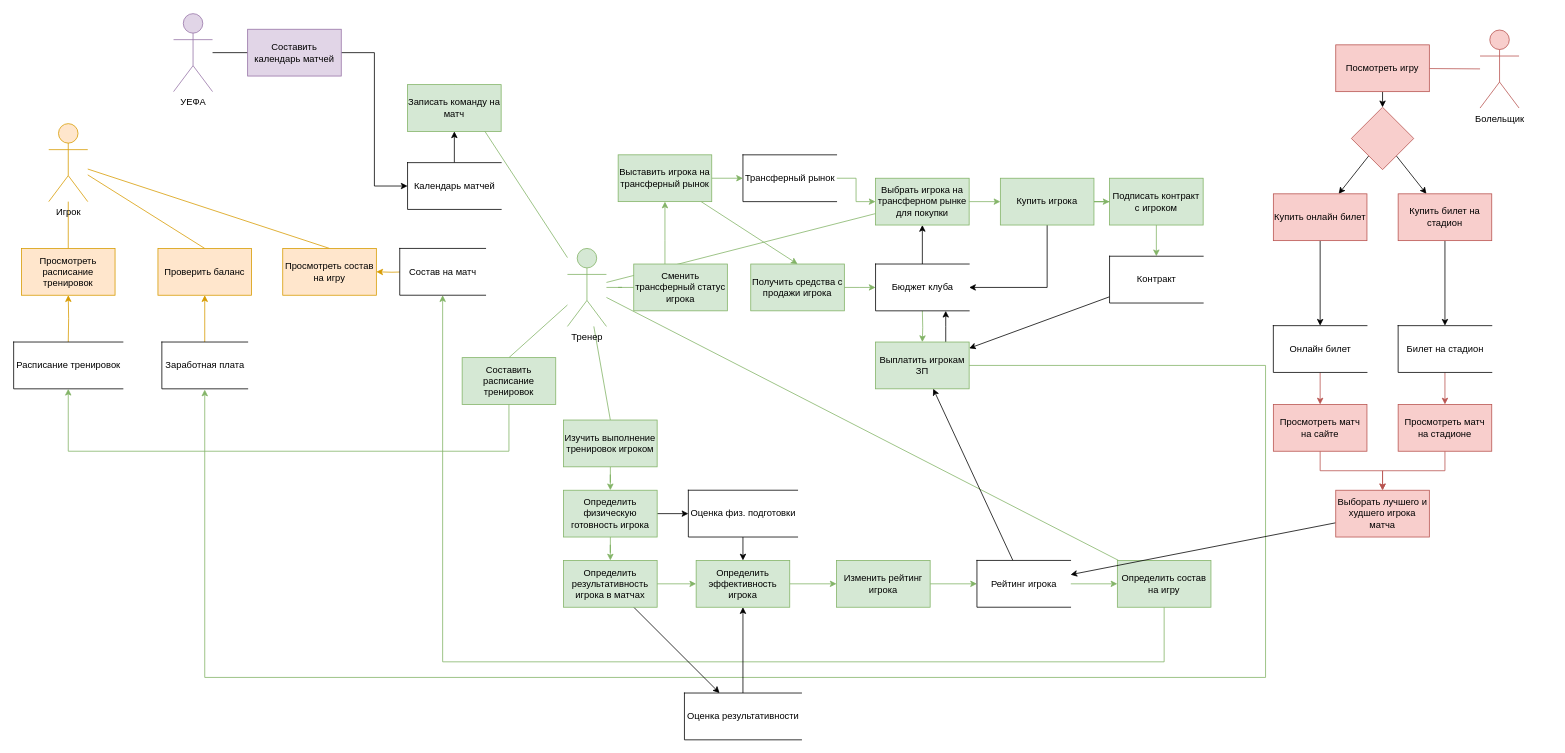
Earlier version of the draw.io diagram DFD Diagramm.drawio (Alexsander996/football). Source tidied: cells renumbered, new cells numbered last; positions are measured from the earlier drawing's top-left corner, leaving out a move shared by most shapes. Both pictures are drawn from the tidied source at 78%, with x=0, y=0 at pixel (13, 13).
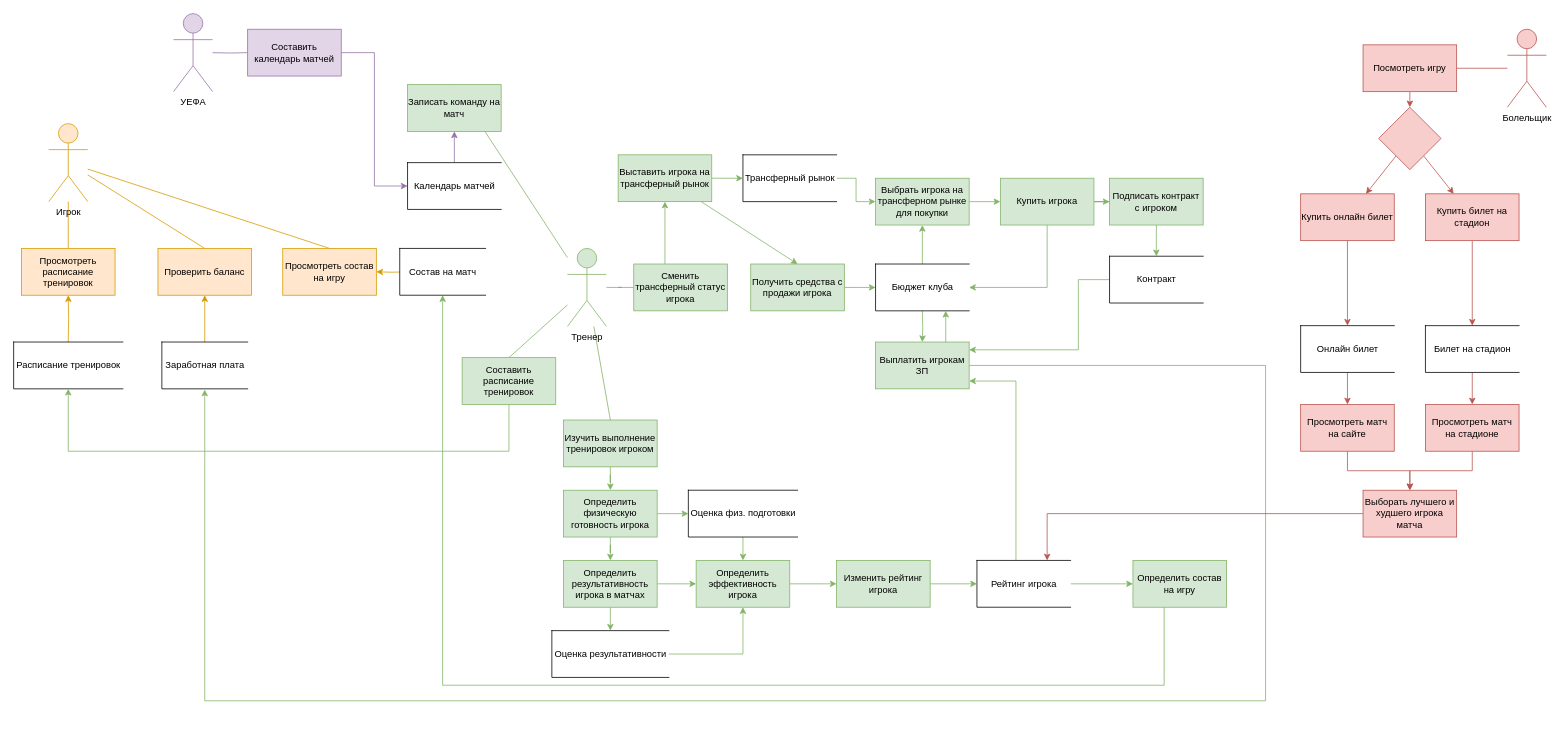
The same page after the edit.

The change refers to these unchanged cells:
```xml
<mxCell id="17" value="Тренер" style="shape=umlActor;verticalLabelPosition=bottom;verticalAlign=top;html=1;outlineConnect=0;fillColor=#d5e8d4;strokeColor=#82b366;" parent="1" vertex="1">
  <mxGeometry x="710" y="301" width="50" height="100" as="geometry" />
</mxCell>
<mxCell id="19" value="Определить эффективность игрока" style="rounded=0;whiteSpace=wrap;html=1;fillColor=#d5e8d4;strokeColor=#82b366;" parent="1" vertex="1">
  <mxGeometry x="875" y="701" width="120" height="60" as="geometry" />
</mxCell>
<mxCell id="24" value="Выплатить игрокам ЗП" style="rounded=0;whiteSpace=wrap;html=1;fillColor=#d5e8d4;strokeColor=#82b366;" parent="1" vertex="1">
  <mxGeometry x="1105" y="421" width="120" height="60" as="geometry" />
</mxCell>
<mxCell id="25" value="Записать команду на матч" style="rounded=0;whiteSpace=wrap;html=1;fillColor=#d5e8d4;strokeColor=#82b366;" parent="1" vertex="1">
  <mxGeometry x="505" y="91" width="120" height="60" as="geometry" />
</mxCell>
<mxCell id="30" value="Определить физическую готовность игрока" style="rounded=0;whiteSpace=wrap;html=1;fillColor=#d5e8d4;strokeColor=#82b366;" parent="1" vertex="1">
  <mxGeometry x="705" y="611" width="120" height="60" as="geometry" />
</mxCell>
<mxCell id="33" value="Определить результативность игрока в матчах" style="rounded=0;whiteSpace=wrap;html=1;fillColor=#d5e8d4;strokeColor=#82b366;" parent="1" vertex="1">
  <mxGeometry x="705" y="701" width="120" height="60" as="geometry" />
</mxCell>
<mxCell id="51" value="Состав на матч" style="html=1;dashed=0;whitespace=wrap;shape=partialRectangle;right=0;" parent="1" vertex="1">
  <mxGeometry x="495" y="301" width="110" height="60" as="geometry" />
</mxCell>
<mxCell id="53" value="Бюджет клуба" style="html=1;dashed=0;whitespace=wrap;shape=partialRectangle;right=0;" parent="1" vertex="1">
  <mxGeometry x="1105" y="321" width="120" height="60" as="geometry" />
</mxCell>
<mxCell id="55" value="Календарь матчей" style="html=1;dashed=0;whitespace=wrap;shape=partialRectangle;right=0;" parent="1" vertex="1">
  <mxGeometry x="505" y="191" width="120" height="60" as="geometry" />
</mxCell>
<mxCell id="61" value="Контракт" style="html=1;dashed=0;whitespace=wrap;shape=partialRectangle;right=0;" parent="1" vertex="1">
  <mxGeometry x="1405" y="311" width="120" height="60" as="geometry" />
</mxCell>
<mxCell id="78" value="Купить игрока&lt;br&gt;" style="rounded=0;whiteSpace=wrap;html=1;fillColor=#d5e8d4;strokeColor=#82b366;" parent="1" vertex="1">
  <mxGeometry x="1265" y="211" width="120" height="60" as="geometry" />
</mxCell>
<mxCell id="82" value="Выбрать игрока на трансферном рынке для покупки" style="rounded=0;whiteSpace=wrap;html=1;fillColor=#d5e8d4;strokeColor=#82b366;" parent="1" vertex="1">
  <mxGeometry x="1105" y="211" width="120" height="60" as="geometry" />
</mxCell>
<mxCell id="86" value="Рейтинг игрока" style="html=1;dashed=0;whitespace=wrap;shape=partialRectangle;right=0;" parent="1" vertex="1">
  <mxGeometry x="1235" y="701" width="120" height="60" as="geometry" />
</mxCell>
<mxCell id="88" value="Оценка физ. подготовки" style="html=1;dashed=0;whitespace=wrap;shape=partialRectangle;right=0;" parent="1" vertex="1">
  <mxGeometry x="865" y="611" width="140" height="60" as="geometry" />
</mxCell>
<mxCell id="94" value="УЕФА" style="shape=umlActor;verticalLabelPosition=bottom;verticalAlign=top;html=1;outlineConnect=0;fillColor=#e1d5e7;strokeColor=#9673a6;" parent="1" vertex="1">
  <mxGeometry x="205" width="50" height="100" as="geometry" />
</mxCell>
<mxCell id="96" value="Составить календарь матчей" style="rounded=0;whiteSpace=wrap;html=1;fillColor=#e1d5e7;strokeColor=#9673a6;" parent="1" vertex="1">
  <mxGeometry x="300" y="20" width="120" height="60" as="geometry" />
</mxCell>
```

Diff of the diagram source:
```diff
@@
-    <mxCell id="15" style="edgeStyle=none;rounded=0;jettySize=auto;html=1;endArrow=none;endFill=0;fillColor=#d5e8d4;strokeColor=#82b366;" parent="1" edge="1" source="17" target="21">
-      <mxGeometry relative="1" as="geometry" />
-    </mxCell>
-    <mxCell id="16" style="rounded=0;jettySize=auto;html=1;endArrow=none;endFill=0;fillColor=#d5e8d4;strokeColor=#82b366;" parent="1" edge="1" source="17" target="82">
-      <mxGeometry relative="1" as="geometry" />
-    </mxCell>
@@
     <mxCell id="20" style="edgeStyle=orthogonalEdgeStyle;rounded=0;jettySize=auto;html=1;entryX=0.5;entryY=1;entryDx=0;entryDy=0;elbow=vertical;fillColor=#d5e8d4;strokeColor=#82b366;" parent="1" edge="1" source="21" target="51">
       <mxGeometry relative="1" as="geometry">
         <Array as="points">
-          <mxPoint x="1475" y="831" />
-          <mxPoint x="550" y="831" />
+          <mxPoint x="1475" y="861" />
+          <mxPoint x="550" y="861" />
         </Array>
       </mxGeometry>
     </mxCell>
     <mxCell id="21" value="Определить состав на игру" style="rounded=0;whiteSpace=wrap;html=1;fillColor=#d5e8d4;strokeColor=#82b366;" parent="1" vertex="1">
-      <mxGeometry x="1415" y="701" width="120" height="60" as="geometry" />
+      <mxGeometry x="1435" y="701" width="120" height="60" as="geometry" />
     </mxCell>
     <mxCell id="22" style="edgeStyle=orthogonalEdgeStyle;rounded=0;jettySize=auto;html=1;endArrow=classic;endFill=1;fillColor=#d5e8d4;strokeColor=#82b366;" parent="1" edge="1" source="24">
       <mxGeometry relative="1" as="geometry">
         <mxPoint x="245" y="482" as="targetPoint" />
         <Array as="points">
           <mxPoint x="1605" y="451" />
-          <mxPoint x="1605" y="851" />
-          <mxPoint x="245" y="851" />
+          <mxPoint x="1605" y="881" />
+          <mxPoint x="245" y="881" />
         </Array>
       </mxGeometry>
     </mxCell>
-    <mxCell id="23" style="edgeStyle=orthogonalEdgeStyle;rounded=0;jettySize=auto;html=1;endArrow=classic;endFill=1;" parent="1" edge="1" source="24" target="53">
+    <mxCell id="23" style="edgeStyle=orthogonalEdgeStyle;rounded=0;jettySize=auto;html=1;endArrow=classic;endFill=1;fillColor=#d5e8d4;strokeColor=#82b366;" parent="1" edge="1" source="24" target="53">
       <mxGeometry relative="1" as="geometry">
         <Array as="points">
           <mxPoint x="1195" y="401" />
           <mxPoint x="1195" y="401" />
         </Array>
       </mxGeometry>
     </mxCell>
@@
-    <mxCell id="29" style="edgeStyle=none;rounded=0;jettySize=auto;html=1;endArrow=classic;endFill=1;" parent="1" edge="1" source="30" target="88">
+    <mxCell id="29" style="edgeStyle=none;rounded=0;jettySize=auto;html=1;endArrow=classic;endFill=1;fillColor=#d5e8d4;strokeColor=#82b366;" parent="1" edge="1" source="30" target="88">
       <mxGeometry relative="1" as="geometry" />
     </mxCell>
@@
-    <mxCell id="32" style="edgeStyle=none;rounded=0;jettySize=auto;html=1;endArrow=classic;endFill=1;" parent="1" edge="1" source="33" target="90">
-      <mxGeometry relative="1" as="geometry" />
+    <mxCell id="32" style="edgeStyle=orthogonalEdgeStyle;rounded=0;jettySize=auto;html=1;endArrow=classic;endFill=1;fillColor=#d5e8d4;strokeColor=#82b366;" parent="1" edge="1" source="33" target="90">
+      <mxGeometry relative="1" as="geometry">
+        <Array as="points">
+          <mxPoint x="765" y="781" />
+          <mxPoint x="765" y="781" />
+        </Array>
+      </mxGeometry>
     </mxCell>
@@
     <mxCell id="43" value="Просмотреть матч на сайте" style="rounded=0;whiteSpace=wrap;html=1;fillColor=#f8cecc;strokeColor=#b85450;" parent="1" vertex="1">
-      <mxGeometry x="1615" y="501" width="120" height="60" as="geometry" />
+      <mxGeometry x="1650" y="501" width="120" height="60" as="geometry" />
     </mxCell>
@@
     <mxCell id="45" value="Просмотреть матч на стадионе" style="rounded=0;whiteSpace=wrap;html=1;fillColor=#f8cecc;strokeColor=#b85450;" parent="1" vertex="1">
-      <mxGeometry x="1775" y="501" width="120" height="60" as="geometry" />
+      <mxGeometry x="1810" y="501" width="120" height="60" as="geometry" />
     </mxCell>
-    <mxCell id="46" style="edgeStyle=none;rounded=0;jettySize=auto;html=1;endArrow=classic;endFill=1;" parent="1" edge="1" source="47" target="86">
-      <mxGeometry relative="1" as="geometry" />
+    <mxCell id="46" style="edgeStyle=orthogonalEdgeStyle;rounded=0;jettySize=auto;html=1;endArrow=classic;endFill=1;fillColor=#f8cecc;strokeColor=#b85450;" parent="1" edge="1" source="47" target="86">
+      <mxGeometry relative="1" as="geometry">
+        <Array as="points">
+          <mxPoint x="1325" y="641" />
+        </Array>
+      </mxGeometry>
     </mxCell>
     <mxCell id="47" value="Выборать лучшего и худшего игрока матча" style="rounded=0;whiteSpace=wrap;html=1;fillColor=#f8cecc;strokeColor=#b85450;" parent="1" vertex="1">
-      <mxGeometry x="1695" y="611" width="120" height="60" as="geometry" />
+      <mxGeometry x="1730" y="611" width="120" height="60" as="geometry" />
     </mxCell>
@@
-    <mxCell id="52" style="edgeStyle=orthogonalEdgeStyle;rounded=0;jettySize=auto;html=1;endArrow=classic;endFill=1;" parent="1" edge="1" source="53" target="82">
+    <mxCell id="52" style="edgeStyle=orthogonalEdgeStyle;rounded=0;jettySize=auto;html=1;endArrow=classic;endFill=1;fillColor=#d5e8d4;strokeColor=#82b366;" parent="1" edge="1" source="53" target="82">
       <mxGeometry relative="1" as="geometry" />
     </mxCell>
@@
-    <mxCell id="54" style="edgeStyle=orthogonalEdgeStyle;rounded=0;jettySize=auto;html=1;endArrow=classic;endFill=1;entryX=0.5;entryY=1;entryDx=0;entryDy=0;" parent="1" edge="1" source="55" target="25">
+    <mxCell id="54" style="edgeStyle=orthogonalEdgeStyle;rounded=0;jettySize=auto;html=1;endArrow=classic;endFill=1;entryX=0.5;entryY=1;entryDx=0;entryDy=0;fillColor=#e1d5e7;strokeColor=#9673a6;" parent="1" edge="1" source="55" target="25">
       <mxGeometry relative="1" as="geometry" />
     </mxCell>
@@
     <mxCell id="57" value="Онлайн билет" style="html=1;dashed=0;whitespace=wrap;shape=partialRectangle;right=0;" parent="1" vertex="1">
-      <mxGeometry x="1615" y="400" width="120" height="60" as="geometry" />
+      <mxGeometry x="1650" y="400" width="120" height="60" as="geometry" />
     </mxCell>
@@
     <mxCell id="59" value="Билет на стадион" style="html=1;dashed=0;whitespace=wrap;shape=partialRectangle;right=0;" parent="1" vertex="1">
-      <mxGeometry x="1775" y="400" width="120" height="60" as="geometry" />
+      <mxGeometry x="1810" y="400" width="120" height="60" as="geometry" />
     </mxCell>
-    <mxCell id="60" style="edgeStyle=none;rounded=0;jettySize=auto;html=1;endArrow=classic;endFill=1;" parent="1" edge="1" source="61" target="24">
-      <mxGeometry relative="1" as="geometry" />
+    <mxCell id="60" style="edgeStyle=orthogonalEdgeStyle;rounded=0;jettySize=auto;html=1;endArrow=classic;endFill=1;fillColor=#d5e8d4;strokeColor=#82b366;" parent="1" edge="1" source="61" target="24">
+      <mxGeometry relative="1" as="geometry">
+        <Array as="points">
+          <mxPoint x="1365" y="341" />
+          <mxPoint x="1365" y="431" />
+        </Array>
+      </mxGeometry>
     </mxCell>
@@
-    <mxCell id="62" style="edgeStyle=none;rounded=0;jettySize=auto;html=1;entryX=0.5;entryY=0;entryDx=0;entryDy=0;" parent="1" edge="1" source="91" target="57">
+    <mxCell id="62" style="edgeStyle=none;rounded=0;jettySize=auto;html=1;entryX=0.5;entryY=0;entryDx=0;entryDy=0;fillColor=#f8cecc;strokeColor=#b85450;" parent="1" edge="1" source="91" target="57">
       <mxGeometry relative="1" as="geometry" />
     </mxCell>
-    <mxCell id="63" style="edgeStyle=none;rounded=0;jettySize=auto;html=1;entryX=0.5;entryY=0;entryDx=0;entryDy=0;" parent="1" edge="1" source="92" target="59">
+    <mxCell id="63" style="edgeStyle=none;rounded=0;jettySize=auto;html=1;entryX=0.5;entryY=0;entryDx=0;entryDy=0;fillColor=#f8cecc;strokeColor=#b85450;" parent="1" edge="1" source="92" target="59">
       <mxGeometry relative="1" as="geometry" />
     </mxCell>
-    <mxCell id="64" style="edgeStyle=none;rounded=0;jettySize=auto;html=1;endArrow=classic;endFill=1;" parent="1" edge="1" source="66" target="91">
+    <mxCell id="64" style="edgeStyle=none;rounded=0;jettySize=auto;html=1;endArrow=classic;endFill=1;fillColor=#f8cecc;strokeColor=#b85450;" parent="1" edge="1" source="66" target="91">
       <mxGeometry relative="1" as="geometry" />
     </mxCell>
-    <mxCell id="65" style="edgeStyle=none;rounded=0;jettySize=auto;html=1;endArrow=classic;endFill=1;" parent="1" edge="1" source="66" target="92">
+    <mxCell id="65" style="edgeStyle=none;rounded=0;jettySize=auto;html=1;endArrow=classic;endFill=1;fillColor=#f8cecc;strokeColor=#b85450;" parent="1" edge="1" source="66" target="92">
       <mxGeometry relative="1" as="geometry" />
     </mxCell>
     <mxCell id="66" style="rhombus;whiteSpace=wrap;html=1;fillColor=#f8cecc;strokeColor=#b85450;" parent="1" vertex="1">
-      <mxGeometry x="1715" y="120" width="80" height="80" as="geometry" />
+      <mxGeometry x="1750" y="120" width="80" height="80" as="geometry" />
     </mxCell>
-    <mxCell id="67" style="rounded=0;jettySize=auto;html=1;endArrow=none;endFill=0;fillColor=#f8cecc;strokeColor=#b85450;" parent="1" edge="1" source="68" target="70">
+    <mxCell id="67" style="edgeStyle=none;rounded=0;jettySize=auto;html=1;entryX=1;entryY=0.5;entryDx=0;entryDy=0;endArrow=none;endFill=0;fillColor=#f8cecc;strokeColor=#b85450;" parent="1" edge="1" source="68" target="70">
       <mxGeometry relative="1" as="geometry" />
     </mxCell>
     <mxCell id="68" value="Болельщик" style="shape=umlActor;verticalLabelPosition=bottom;verticalAlign=top;html=1;outlineConnect=0;fillColor=#f8cecc;strokeColor=#b85450;" parent="1" vertex="1">
-      <mxGeometry x="1880" y="21" width="50" height="100" as="geometry" />
+      <mxGeometry x="1915" y="20" width="50" height="100" as="geometry" />
     </mxCell>
-    <mxCell id="69" style="edgeStyle=none;rounded=0;jettySize=auto;html=1;" parent="1" edge="1" source="70" target="66">
-      <mxGeometry relative="1" as="geometry" />
+    <mxCell id="69" style="edgeStyle=none;rounded=0;jettySize=auto;html=1;fillColor=#f8cecc;strokeColor=#b85450;" parent="1" edge="1" target="66">
+      <mxGeometry relative="1" as="geometry">
+        <mxPoint x="1790" y="100" as="sourcePoint" />
+      </mxGeometry>
     </mxCell>
     <mxCell id="70" value="Посмотреть игру" style="rounded=0;whiteSpace=wrap;html=1;fillColor=#f8cecc;strokeColor=#b85450;" parent="1" vertex="1">
-      <mxGeometry x="1695" y="40" width="120" height="60" as="geometry" />
+      <mxGeometry x="1730" y="40" width="120" height="60" as="geometry" />
     </mxCell>
@@
-    <mxCell id="77" style="edgeStyle=orthogonalEdgeStyle;rounded=0;jettySize=auto;html=1;endArrow=classic;endFill=1;" parent="1" edge="1" source="78" target="53">
+    <mxCell id="77" style="edgeStyle=orthogonalEdgeStyle;rounded=0;jettySize=auto;html=1;endArrow=classic;endFill=1;fillColor=#d5e8d4;strokeColor=#82b366;" parent="1" edge="1" source="78" target="53">
       <mxGeometry relative="1" as="geometry">
         <Array as="points">
           <mxPoint x="1325" y="351" />
         </Array>
       </mxGeometry>
     </mxCell>
@@
-    <mxCell id="85" style="edgeStyle=none;rounded=0;jettySize=auto;html=1;endArrow=classic;endFill=1;" parent="1" edge="1" source="86" target="24">
-      <mxGeometry relative="1" as="geometry" />
+    <mxCell id="85" style="edgeStyle=orthogonalEdgeStyle;rounded=0;jettySize=auto;html=1;endArrow=classic;endFill=1;fillColor=#d5e8d4;strokeColor=#82b366;" parent="1" edge="1" source="86" target="24">
+      <mxGeometry relative="1" as="geometry">
+        <Array as="points">
+          <mxPoint x="1285" y="471" />
+        </Array>
+      </mxGeometry>
     </mxCell>
@@
-    <mxCell id="87" style="edgeStyle=none;rounded=0;jettySize=auto;html=1;endArrow=classic;endFill=1;" parent="1" edge="1" source="88" target="19">
+    <mxCell id="87" style="edgeStyle=none;rounded=0;jettySize=auto;html=1;endArrow=classic;endFill=1;fillColor=#d5e8d4;strokeColor=#82b366;" parent="1" edge="1" source="88" target="19">
       <mxGeometry relative="1" as="geometry" />
     </mxCell>
@@
-    <mxCell id="89" style="edgeStyle=none;rounded=0;jettySize=auto;html=1;endArrow=classic;endFill=1;" parent="1" edge="1" source="90" target="19">
+    <mxCell id="89" style="edgeStyle=orthogonalEdgeStyle;rounded=0;jettySize=auto;html=1;endArrow=classic;endFill=1;fillColor=#d5e8d4;strokeColor=#82b366;" parent="1" edge="1" source="90" target="19">
       <mxGeometry relative="1" as="geometry" />
     </mxCell>
     <mxCell id="90" value="Оценка результативности" style="html=1;dashed=0;whitespace=wrap;shape=partialRectangle;right=0;" parent="1" vertex="1">
-      <mxGeometry x="860" y="871" width="150" height="60" as="geometry" />
+      <mxGeometry x="690" y="791" width="150" height="60" as="geometry" />
     </mxCell>
     <mxCell id="91" value="Купить онлайн билет" style="rounded=0;whiteSpace=wrap;html=1;fillColor=#f8cecc;strokeColor=#b85450;" parent="1" vertex="1">
-      <mxGeometry x="1615" y="231" width="120" height="60" as="geometry" />
+      <mxGeometry x="1650" y="231" width="120" height="60" as="geometry" />
     </mxCell>
     <mxCell id="92" value="Купить билет на стадион" style="rounded=0;whiteSpace=wrap;html=1;fillColor=#f8cecc;strokeColor=#b85450;" parent="1" vertex="1">
-      <mxGeometry x="1775" y="231" width="120" height="60" as="geometry" />
+      <mxGeometry x="1810" y="231" width="120" height="60" as="geometry" />
     </mxCell>
-    <mxCell id="93" style="edgeStyle=orthogonalEdgeStyle;rounded=0;jettySize=auto;html=1;entryX=0;entryY=0.5;entryDx=0;entryDy=0;endArrow=none;endFill=0;" parent="1" edge="1" source="94" target="96">
-      <mxGeometry relative="1" as="geometry" />
+    <mxCell id="93" style="edgeStyle=orthogonalEdgeStyle;rounded=0;jettySize=auto;html=1;entryX=0;entryY=0.5;entryDx=0;entryDy=0;endArrow=none;endFill=0;fillColor=#e1d5e7;strokeColor=#9673a6;" parent="1" edge="1" target="96">
+      <mxGeometry relative="1" as="geometry">
+        <mxPoint x="255" y="50" as="sourcePoint" />
+      </mxGeometry>
     </mxCell>
@@
-    <mxCell id="95" style="edgeStyle=orthogonalEdgeStyle;rounded=0;jettySize=auto;html=1;entryX=0;entryY=0.5;entryDx=0;entryDy=0;endArrow=classic;endFill=1;exitX=1;exitY=0.5;exitDx=0;exitDy=0;" parent="1" edge="1" source="96" target="55">
+    <mxCell id="95" style="edgeStyle=orthogonalEdgeStyle;rounded=0;jettySize=auto;html=1;entryX=0;entryY=0.5;entryDx=0;entryDy=0;endArrow=classic;endFill=1;exitX=1;exitY=0.5;exitDx=0;exitDy=0;fillColor=#e1d5e7;strokeColor=#9673a6;" parent="1" edge="1" source="96" target="55">
       <mxGeometry relative="1" as="geometry" />
     </mxCell>
```
